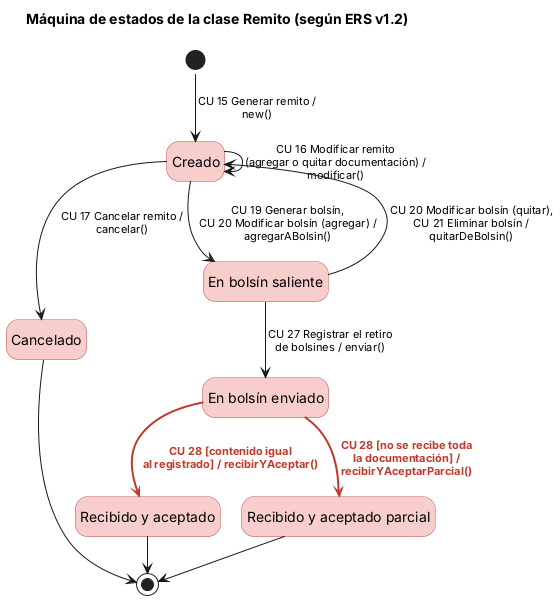
StefaNovaliere/DSI-PPAI keeps this PlantUML diagram as docs/maquinas-de-estado/remito.png. Above is the earlier version.
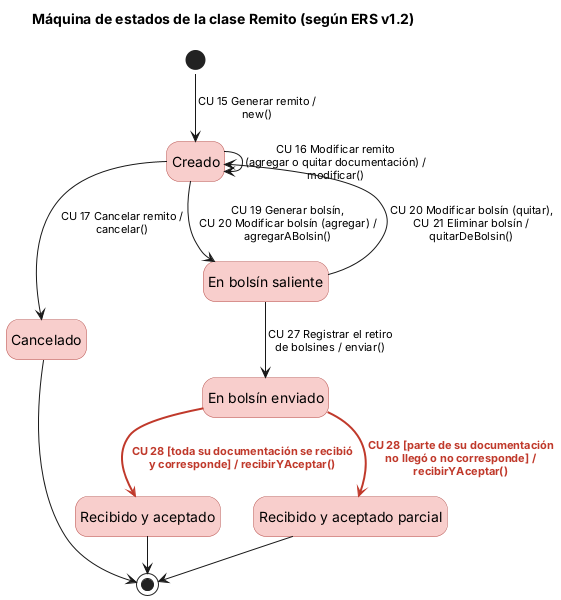
The same diagram one commit later.

Diff of the diagram source:
```diff
@@ -23,8 +23,8 @@
 Creado --> EnBolsinSaliente : CU 19 Generar bolsín,\nCU 20 Modificar bolsín (agregar) /\nagregarABolsin()
 EnBolsinSaliente --> Creado : CU 20 Modificar bolsín (quitar),\nCU 21 Eliminar bolsín /\nquitarDeBolsin()
 EnBolsinSaliente --> EnBolsinEnviado : CU 27 Registrar el retiro\nde bolsines / enviar()
-EnBolsinEnviado -[#C0392B,bold]-> RecibidoYAceptado : <color:#C0392B><b>CU 28 [contenido igual\n<color:#C0392B><b>al registrado] / recibirYAceptar()
-EnBolsinEnviado -[#C0392B,bold]-> RecibidoYAceptadoParcial : <color:#C0392B><b>CU 28 [no se recibe toda\n<color:#C0392B><b>la documentación] /\n<color:#C0392B><b>recibirYAceptarParcial()
+EnBolsinEnviado -[#C0392B,bold]-> RecibidoYAceptado : <color:#C0392B><b>CU 28 [toda su documentación se recibió\n<color:#C0392B><b>y corresponde] / recibirYAceptar()
+EnBolsinEnviado -[#C0392B,bold]-> RecibidoYAceptadoParcial : <color:#C0392B><b>CU 28 [parte de su documentación\n<color:#C0392B><b>no llegó o no corresponde] /\n<color:#C0392B><b>recibirYAceptar()
 Cancelado --> [*]
 RecibidoYAceptado --> [*]
 RecibidoYAceptadoParcial --> [*]
```
